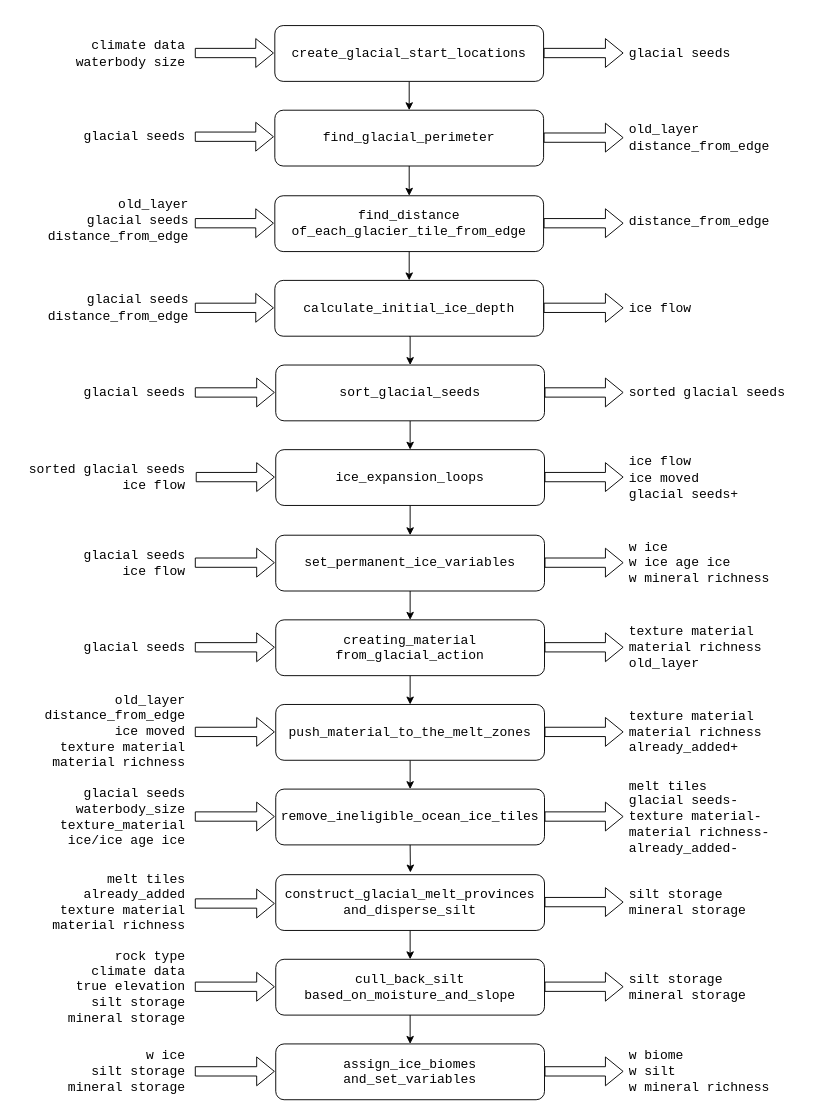
Above: sote/libsote/docs/glacial_formation_01.drawio in Calandiel/SongsOfFOSS (draw.io), before the change. Source tidied: cells renumbered, new cells numbered last; positions are measured from the earlier drawing's top-left corner, leaving out a move shared by most shapes. Both pictures are drawn from the tidied source at 93%, with x=0, y=0 at pixel (16, 16).
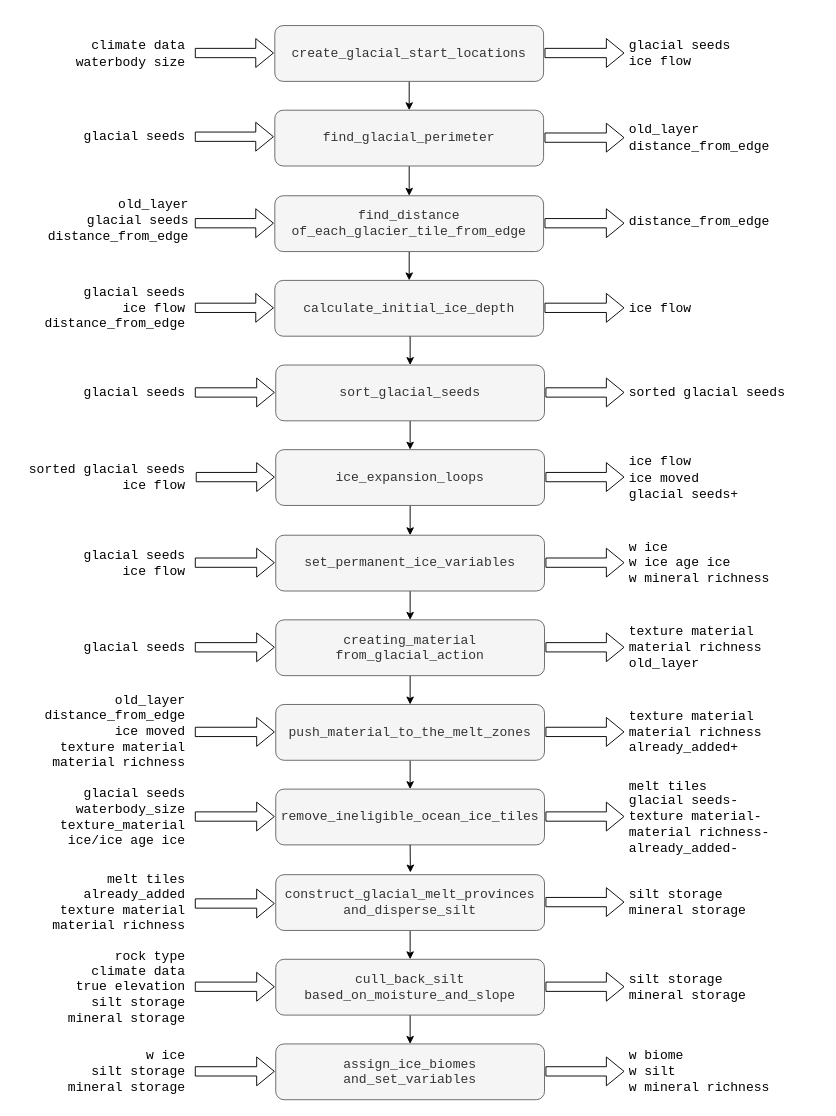
The same page after the edit.

Commit message (it also covers changes not shown here):
refactored align_rng, updated docs, made slope_retention_factor_storage calculation independent of presence of silt

Change to the diagram source:
```diff
@@
-    <mxCell id="3" value="&lt;font style=&quot;font-size: 14px;&quot; face=&quot;Courier New&quot;&gt;create_glacial_start_locations&lt;/font&gt;" style="rounded=1;whiteSpace=wrap;html=1;" parent="1" vertex="1">
+    <mxCell id="3" value="&lt;font style=&quot;font-size: 14px;&quot; face=&quot;Courier New&quot;&gt;create_glacial_start_locations&lt;/font&gt;" style="rounded=1;whiteSpace=wrap;html=1;fillColor=#f5f5f5;strokeColor=#666666;fontColor=#333333;" parent="1" vertex="1">
       <mxGeometry x="278" y="10" width="289" height="60" as="geometry" />
     </mxCell>
@@
     <mxCell id="5" style="shape=flexArrow;endArrow=classic;html=1;rounded=0;" parent="1" edge="1">
       <mxGeometry relative="1" as="geometry">
-        <mxPoint x="567" y="39.5" as="sourcePoint" />
-        <mxPoint x="653" y="39.5" as="targetPoint" />
+        <mxPoint x="568" y="39.5" as="sourcePoint" />
+        <mxPoint x="654" y="39.5" as="targetPoint" />
       </mxGeometry>
     </mxCell>
@@
-    <mxCell id="7" value="&lt;div&gt;&lt;font style=&quot;font-size: 14px;&quot; face=&quot;Courier New&quot;&gt;glacial seeds&lt;/font&gt;&lt;/div&gt;" style="text;html=1;align=left;verticalAlign=middle;whiteSpace=wrap;rounded=0;" parent="1" vertex="1">
+    <mxCell id="7" value="&lt;div&gt;&lt;font style=&quot;font-size: 14px;&quot; face=&quot;Courier New&quot;&gt;glacial seeds&lt;/font&gt;&lt;/div&gt;&lt;div&gt;&lt;div align=&quot;left&quot;&gt;&lt;font style=&quot;font-size: 14px;&quot; face=&quot;Courier New&quot;&gt;ice flow&lt;/font&gt;&lt;/div&gt;&lt;/div&gt;" style="text;html=1;align=left;verticalAlign=middle;whiteSpace=wrap;rounded=0;" parent="1" vertex="1">
       <mxGeometry x="657" y="25" width="130" height="30" as="geometry" />
     </mxCell>
@@
-    <mxCell id="9" value="&lt;font style=&quot;font-size: 14px;&quot; face=&quot;Courier New&quot;&gt;find_glacial_perimeter&lt;/font&gt;" style="rounded=1;whiteSpace=wrap;html=1;" parent="1" vertex="1">
+    <mxCell id="9" value="&lt;font style=&quot;font-size: 14px;&quot; face=&quot;Courier New&quot;&gt;find_glacial_perimeter&lt;/font&gt;" style="rounded=1;whiteSpace=wrap;html=1;fillColor=#f5f5f5;strokeColor=#666666;fontColor=#333333;" parent="1" vertex="1">
       <mxGeometry x="278" y="101" width="289" height="60" as="geometry" />
     </mxCell>
@@
     <mxCell id="11" style="shape=flexArrow;endArrow=classic;html=1;rounded=0;" parent="1" edge="1">
       <mxGeometry relative="1" as="geometry">
-        <mxPoint x="567" y="130.5" as="sourcePoint" />
-        <mxPoint x="653" y="130.5" as="targetPoint" />
+        <mxPoint x="568" y="130.5" as="sourcePoint" />
+        <mxPoint x="654" y="130.5" as="targetPoint" />
       </mxGeometry>
     </mxCell>
@@
-    <mxCell id="13" value="&lt;font style=&quot;font-size: 14px;&quot; face=&quot;Courier New&quot;&gt;construct_glacial_melt_provinces&lt;br&gt;and_disperse_silt&lt;/font&gt;" style="rounded=1;whiteSpace=wrap;html=1;" parent="1" vertex="1">
+    <mxCell id="13" value="&lt;font style=&quot;font-size: 14px;&quot; face=&quot;Courier New&quot;&gt;construct_glacial_melt_provinces&lt;br&gt;and_disperse_silt&lt;/font&gt;" style="rounded=1;whiteSpace=wrap;html=1;fillColor=#f5f5f5;fontColor=#333333;strokeColor=#666666;" parent="1" vertex="1">
       <mxGeometry x="279" y="923" width="289" height="60" as="geometry" />
     </mxCell>
@@
-    <mxCell id="15" value="&lt;font style=&quot;font-size: 14px;&quot; face=&quot;Courier New&quot;&gt;find_distance&lt;br&gt;of_each_glacier_tile_from_edge&lt;/font&gt;" style="rounded=1;whiteSpace=wrap;html=1;" parent="1" vertex="1">
+    <mxCell id="15" value="&lt;font style=&quot;font-size: 14px;&quot; face=&quot;Courier New&quot;&gt;find_distance&lt;br&gt;of_each_glacier_tile_from_edge&lt;/font&gt;" style="rounded=1;whiteSpace=wrap;html=1;fillColor=#f5f5f5;fontColor=#333333;strokeColor=#666666;" parent="1" vertex="1">
       <mxGeometry x="278" y="193" width="289" height="60" as="geometry" />
     </mxCell>
@@
     <mxCell id="17" style="shape=flexArrow;endArrow=classic;html=1;rounded=0;" parent="1" edge="1">
       <mxGeometry relative="1" as="geometry">
-        <mxPoint x="567" y="222.5" as="sourcePoint" />
-        <mxPoint x="653" y="222.5" as="targetPoint" />
+        <mxPoint x="568" y="222.5" as="sourcePoint" />
+        <mxPoint x="654" y="222.5" as="targetPoint" />
       </mxGeometry>
     </mxCell>
@@
     <mxCell id="19" style="shape=flexArrow;endArrow=classic;html=1;rounded=0;" parent="1" edge="1">
       <mxGeometry relative="1" as="geometry">
-        <mxPoint x="568" y="952.5" as="sourcePoint" />
-        <mxPoint x="653" y="952.5" as="targetPoint" />
+        <mxPoint x="569" y="952.5" as="sourcePoint" />
+        <mxPoint x="654" y="952.5" as="targetPoint" />
       </mxGeometry>
     </mxCell>
@@
-    <mxCell id="23" value="&lt;font style=&quot;font-size: 14px;&quot; face=&quot;Courier New&quot;&gt;calculate_initial_ice_depth&lt;/font&gt;" style="rounded=1;whiteSpace=wrap;html=1;" parent="1" vertex="1">
+    <mxCell id="23" value="&lt;font style=&quot;font-size: 14px;&quot; face=&quot;Courier New&quot;&gt;calculate_initial_ice_depth&lt;/font&gt;" style="rounded=1;whiteSpace=wrap;html=1;fillColor=#f5f5f5;strokeColor=#666666;fontColor=#333333;" parent="1" vertex="1">
       <mxGeometry x="278" y="284" width="289" height="60" as="geometry" />
     </mxCell>
@@
-    <mxCell id="25" value="&lt;font style=&quot;font-size: 14px;&quot; face=&quot;Courier New&quot;&gt;sort_glacial_seeds&lt;/font&gt;" style="rounded=1;whiteSpace=wrap;html=1;" parent="1" vertex="1">
+    <mxCell id="25" value="&lt;font style=&quot;font-size: 14px;&quot; face=&quot;Courier New&quot;&gt;sort_glacial_seeds&lt;/font&gt;" style="rounded=1;whiteSpace=wrap;html=1;fillColor=#f5f5f5;fontColor=#333333;strokeColor=#666666;" parent="1" vertex="1">
       <mxGeometry x="279" y="375" width="289" height="60" as="geometry" />
     </mxCell>
@@
-    <mxCell id="27" value="&lt;font style=&quot;font-size: 14px;&quot; face=&quot;Courier New&quot;&gt;ice_expansion_loops&lt;/font&gt;" style="rounded=1;whiteSpace=wrap;html=1;" parent="1" vertex="1">
+    <mxCell id="27" value="&lt;font style=&quot;font-size: 14px;&quot; face=&quot;Courier New&quot;&gt;ice_expansion_loops&lt;/font&gt;" style="rounded=1;whiteSpace=wrap;html=1;fillColor=#f5f5f5;strokeColor=#666666;fontColor=#333333;" parent="1" vertex="1">
       <mxGeometry x="279" y="466" width="289" height="60" as="geometry" />
     </mxCell>
@@
-    <mxCell id="29" value="&lt;font style=&quot;font-size: 14px;&quot; face=&quot;Courier New&quot;&gt;set_permanent_ice_variables&lt;/font&gt;" style="rounded=1;whiteSpace=wrap;html=1;" parent="1" vertex="1">
+    <mxCell id="29" value="&lt;font style=&quot;font-size: 14px;&quot; face=&quot;Courier New&quot;&gt;set_permanent_ice_variables&lt;/font&gt;" style="rounded=1;whiteSpace=wrap;html=1;fillColor=#f5f5f5;fontColor=#333333;strokeColor=#666666;" parent="1" vertex="1">
       <mxGeometry x="279" y="558" width="289" height="60" as="geometry" />
     </mxCell>
@@
-    <mxCell id="32" value="&lt;div align=&quot;right&quot;&gt;&lt;font style=&quot;font-size: 14px;&quot; face=&quot;Courier New&quot;&gt;glacial seeds&lt;/font&gt;&lt;/div&gt;&lt;div align=&quot;right&quot;&gt;&lt;div style=&quot;font-size: 14px;&quot;&gt;&lt;font face=&quot;Courier New&quot; style=&quot;font-size: 14px;&quot;&gt;&lt;font style=&quot;font-size: 14px;&quot;&gt;distance_from_edge&lt;/font&gt;&lt;/font&gt;&lt;font face=&quot;Vrnqp2ewCwo0ukPRFqaV&quot; style=&quot;font-size: 14px;&quot;&gt;&lt;br&gt;&lt;/font&gt;&lt;/div&gt;&lt;/div&gt;" style="text;html=1;align=center;verticalAlign=middle;whiteSpace=wrap;rounded=0;" parent="1" vertex="1">
-      <mxGeometry x="45" y="299" width="130" height="30" as="geometry" />
+    <mxCell id="32" value="&lt;div align=&quot;right&quot;&gt;&lt;font style=&quot;font-size: 14px;&quot; face=&quot;Courier New&quot;&gt;glacial seeds&lt;/font&gt;&lt;/div&gt;&lt;div align=&quot;right&quot;&gt;&lt;div&gt;&lt;font style=&quot;font-size: 14px;&quot; face=&quot;Courier New&quot;&gt;ice flow&lt;/font&gt;&lt;/div&gt;&lt;/div&gt;&lt;div align=&quot;right&quot;&gt;&lt;div style=&quot;font-size: 14px;&quot;&gt;&lt;font face=&quot;Courier New&quot; style=&quot;font-size: 14px;&quot;&gt;&lt;font style=&quot;font-size: 14px;&quot;&gt;distance_from_edge&lt;/font&gt;&lt;/font&gt;&lt;font face=&quot;Vrnqp2ewCwo0ukPRFqaV&quot; style=&quot;font-size: 14px;&quot;&gt;&lt;br&gt;&lt;/font&gt;&lt;/div&gt;&lt;/div&gt;" style="text;html=1;align=right;verticalAlign=middle;whiteSpace=wrap;rounded=0;" parent="1" vertex="1">
+      <mxGeometry x="54" y="299" width="130" height="30" as="geometry" />
     </mxCell>
@@
     <mxCell id="34" style="shape=flexArrow;endArrow=classic;html=1;rounded=0;" parent="1" edge="1">
       <mxGeometry relative="1" as="geometry">
-        <mxPoint x="567" y="313.5" as="sourcePoint" />
-        <mxPoint x="653" y="313.5" as="targetPoint" />
+        <mxPoint x="568" y="313.5" as="sourcePoint" />
+        <mxPoint x="654" y="313.5" as="targetPoint" />
       </mxGeometry>
     </mxCell>
@@
     <mxCell id="36" style="shape=flexArrow;endArrow=classic;html=1;rounded=0;" parent="1" edge="1">
       <mxGeometry relative="1" as="geometry">
-        <mxPoint x="568" y="404.5" as="sourcePoint" />
-        <mxPoint x="653" y="404.5" as="targetPoint" />
+        <mxPoint x="569" y="404.5" as="sourcePoint" />
+        <mxPoint x="654" y="404.5" as="targetPoint" />
       </mxGeometry>
     </mxCell>
@@
     <mxCell id="38" style="shape=flexArrow;endArrow=classic;html=1;rounded=0;" parent="1" edge="1">
       <mxGeometry relative="1" as="geometry">
-        <mxPoint x="568" y="495.5" as="sourcePoint" />
-        <mxPoint x="653" y="495.5" as="targetPoint" />
+        <mxPoint x="569" y="495.5" as="sourcePoint" />
+        <mxPoint x="654" y="495.5" as="targetPoint" />
       </mxGeometry>
     </mxCell>
@@
     <mxCell id="40" style="shape=flexArrow;endArrow=classic;html=1;rounded=0;" parent="1" edge="1">
       <mxGeometry relative="1" as="geometry">
-        <mxPoint x="568" y="587.5" as="sourcePoint" />
-        <mxPoint x="653" y="587.5" as="targetPoint" />
+        <mxPoint x="569" y="587.5" as="sourcePoint" />
+        <mxPoint x="654" y="587.5" as="targetPoint" />
       </mxGeometry>
     </mxCell>
@@
-    <mxCell id="49" value="&lt;div&gt;&lt;font style=&quot;font-size: 14px;&quot; face=&quot;Courier New&quot;&gt;creating_material&lt;/font&gt;&lt;/div&gt;&lt;div&gt;&lt;font style=&quot;font-size: 14px;&quot; face=&quot;Courier New&quot;&gt;from_glacial_action&lt;/font&gt;&lt;/div&gt;" style="rounded=1;whiteSpace=wrap;html=1;" parent="1" vertex="1">
+    <mxCell id="49" value="&lt;div&gt;&lt;font style=&quot;font-size: 14px;&quot; face=&quot;Courier New&quot;&gt;creating_material&lt;/font&gt;&lt;/div&gt;&lt;div&gt;&lt;font style=&quot;font-size: 14px;&quot; face=&quot;Courier New&quot;&gt;from_glacial_action&lt;/font&gt;&lt;/div&gt;" style="rounded=1;whiteSpace=wrap;html=1;fillColor=#f5f5f5;fontColor=#333333;strokeColor=#666666;" parent="1" vertex="1">
       <mxGeometry x="279" y="649" width="289" height="60" as="geometry" />
     </mxCell>
@@
-    <mxCell id="51" value="&lt;font style=&quot;font-size: 14px;&quot; face=&quot;Courier New&quot;&gt;push_material_to_the_melt_zones&lt;/font&gt;" style="rounded=1;whiteSpace=wrap;html=1;" parent="1" vertex="1">
+    <mxCell id="51" value="&lt;font style=&quot;font-size: 14px;&quot; face=&quot;Courier New&quot;&gt;push_material_to_the_melt_zones&lt;/font&gt;" style="rounded=1;whiteSpace=wrap;html=1;fillColor=#f5f5f5;fontColor=#333333;strokeColor=#666666;" parent="1" vertex="1">
       <mxGeometry x="279" y="740" width="289" height="60" as="geometry" />
     </mxCell>
-    <mxCell id="52" value="&lt;font style=&quot;font-size: 14px;&quot; face=&quot;Courier New&quot;&gt;remove_ineligible_ocean_ice_tiles&lt;/font&gt;" style="rounded=1;whiteSpace=wrap;html=1;" parent="1" vertex="1">
+    <mxCell id="52" value="&lt;font style=&quot;font-size: 14px;&quot; face=&quot;Courier New&quot;&gt;remove_ineligible_ocean_ice_tiles&lt;/font&gt;" style="rounded=1;whiteSpace=wrap;html=1;fillColor=#f5f5f5;fontColor=#333333;strokeColor=#666666;" parent="1" vertex="1">
       <mxGeometry x="279" y="831" width="289" height="60" as="geometry" />
     </mxCell>
@@
     <mxCell id="54" style="shape=flexArrow;endArrow=classic;html=1;rounded=0;" parent="1" edge="1">
       <mxGeometry relative="1" as="geometry">
-        <mxPoint x="568" y="860.5" as="sourcePoint" />
-        <mxPoint x="653" y="860.5" as="targetPoint" />
+        <mxPoint x="569" y="860.5" as="sourcePoint" />
+        <mxPoint x="654" y="860.5" as="targetPoint" />
       </mxGeometry>
     </mxCell>
@@
     <mxCell id="56" style="shape=flexArrow;endArrow=classic;html=1;rounded=0;" parent="1" edge="1">
       <mxGeometry relative="1" as="geometry">
-        <mxPoint x="568" y="769.5" as="sourcePoint" />
-        <mxPoint x="653" y="769.5" as="targetPoint" />
+        <mxPoint x="569" y="769.5" as="sourcePoint" />
+        <mxPoint x="654" y="769.5" as="targetPoint" />
       </mxGeometry>
     </mxCell>
@@
     <mxCell id="58" style="shape=flexArrow;endArrow=classic;html=1;rounded=0;" parent="1" edge="1">
       <mxGeometry relative="1" as="geometry">
-        <mxPoint x="568" y="678.5" as="sourcePoint" />
-        <mxPoint x="653" y="678.5" as="targetPoint" />
+        <mxPoint x="569" y="678.5" as="sourcePoint" />
+        <mxPoint x="654" y="678.5" as="targetPoint" />
       </mxGeometry>
     </mxCell>
@@
-    <mxCell id="68" value="&lt;div&gt;&lt;font style=&quot;font-size: 14px;&quot; face=&quot;Courier New&quot;&gt;cull_back_silt&lt;/font&gt;&lt;/div&gt;&lt;div&gt;&lt;font style=&quot;font-size: 14px;&quot; face=&quot;Courier New&quot;&gt;based_on_moisture_and_slope&lt;/font&gt;&lt;/div&gt;" style="rounded=1;whiteSpace=wrap;html=1;" parent="1" vertex="1">
+    <mxCell id="68" value="&lt;div&gt;&lt;font style=&quot;font-size: 14px;&quot; face=&quot;Courier New&quot;&gt;cull_back_silt&lt;/font&gt;&lt;/div&gt;&lt;div&gt;&lt;font style=&quot;font-size: 14px;&quot; face=&quot;Courier New&quot;&gt;based_on_moisture_and_slope&lt;/font&gt;&lt;/div&gt;" style="rounded=1;whiteSpace=wrap;html=1;fillColor=#f5f5f5;fontColor=#333333;strokeColor=#666666;" parent="1" vertex="1">
       <mxGeometry x="279" y="1014" width="289" height="60" as="geometry" />
     </mxCell>
-    <mxCell id="69" value="&lt;div&gt;&lt;font style=&quot;font-size: 14px;&quot; face=&quot;Courier New&quot;&gt;assign_ice_biomes&lt;/font&gt;&lt;/div&gt;&lt;div&gt;&lt;font style=&quot;font-size: 14px;&quot; face=&quot;Courier New&quot;&gt;and_set_variables&lt;/font&gt;&lt;/div&gt;" style="rounded=1;whiteSpace=wrap;html=1;" parent="1" vertex="1">
+    <mxCell id="69" value="&lt;div&gt;&lt;font style=&quot;font-size: 14px;&quot; face=&quot;Courier New&quot;&gt;assign_ice_biomes&lt;/font&gt;&lt;/div&gt;&lt;div&gt;&lt;font style=&quot;font-size: 14px;&quot; face=&quot;Courier New&quot;&gt;and_set_variables&lt;/font&gt;&lt;/div&gt;" style="rounded=1;whiteSpace=wrap;html=1;fillColor=#f5f5f5;fontColor=#333333;strokeColor=#666666;" parent="1" vertex="1">
       <mxGeometry x="279" y="1105" width="289" height="60" as="geometry" />
     </mxCell>
@@
     <mxCell id="71" style="shape=flexArrow;endArrow=classic;html=1;rounded=0;" parent="1" edge="1">
       <mxGeometry relative="1" as="geometry">
-        <mxPoint x="568" y="1043.5" as="sourcePoint" />
-        <mxPoint x="653" y="1043.5" as="targetPoint" />
+        <mxPoint x="569" y="1043.5" as="sourcePoint" />
+        <mxPoint x="654" y="1043.5" as="targetPoint" />
       </mxGeometry>
     </mxCell>
@@
     <mxCell id="73" style="shape=flexArrow;endArrow=classic;html=1;rounded=0;" parent="1" edge="1">
       <mxGeometry relative="1" as="geometry">
-        <mxPoint x="568" y="1134.5" as="sourcePoint" />
-        <mxPoint x="653" y="1134.5" as="targetPoint" />
+        <mxPoint x="569" y="1134.5" as="sourcePoint" />
+        <mxPoint x="654" y="1134.5" as="targetPoint" />
       </mxGeometry>
     </mxCell>
```
